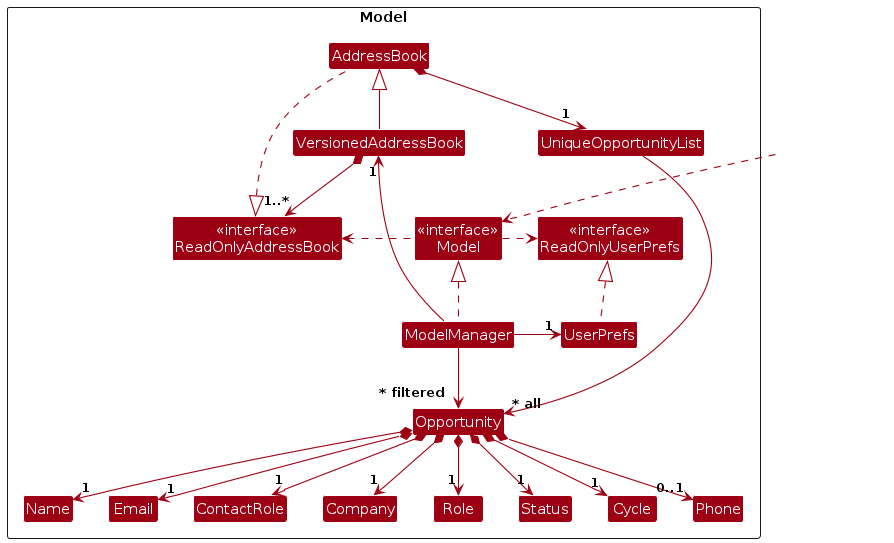
Above: diagrams/ModelClassDiagram.png in AY2526S2-CS2103T-W13-2/tp (PlantUML), before the change. Its source is kept beside it as diagrams/ModelClassDiagram.puml. The source it was exported from:
```plantuml
@startuml
!include style.puml
skinparam arrowThickness 1.1
skinparam arrowColor MODEL_COLOR
skinparam classBackgroundColor MODEL_COLOR

Package Model as ModelPackage <<Rectangle>>{
Class "<<interface>>\nReadOnlyAddressBook" as ReadOnlyAddressBook
Class "<<interface>>\nReadOnlyUserPrefs" as ReadOnlyUserPrefs
Class "<<interface>>\nModel" as Model
Class AddressBook
Class VersionedAddressBook
Class ModelManager
Class UserPrefs

Class UniqueOpportunityList
Class Opportunity
Class Name
Class Email
Class ContactRole
Class Company
Class Role
Class Status
Class Cycle
Class Phone
}

Class HiddenOutside #FFFFFF
HiddenOutside ..> Model

AddressBook .up.|> ReadOnlyAddressBook
VersionedAddressBook -up-|> AddressBook

ModelManager .up.|> Model
Model .right.> ReadOnlyUserPrefs
Model .left.> ReadOnlyAddressBook
ModelManager -left-> "1" VersionedAddressBook
ModelManager -right-> "1" UserPrefs
UserPrefs .up.|> ReadOnlyUserPrefs

AddressBook *--> "1" UniqueOpportunityList
UniqueOpportunityList --> "~* all" Opportunity
Opportunity *--> "1" Name
Opportunity *--> "1" Email
Opportunity *--> "1" ContactRole
Opportunity *--> "1" Company
Opportunity *--> "1" Role
Opportunity *--> "1" Status
Opportunity *--> "1" Cycle
Opportunity *--> "0..1" Phone
VersionedAddressBook *--> "1..*" ReadOnlyAddressBook

Name -[hidden]right-> Email
Email -[hidden]right-> ContactRole
ContactRole -[hidden]right-> Company
Company -[hidden]right-> Role
Role -[hidden]right-> Status
Status -[hidden]right-> Cycle
Cycle -[hidden]right-> Phone

ModelManager --> "~* filtered" Opportunity
@enduml
```
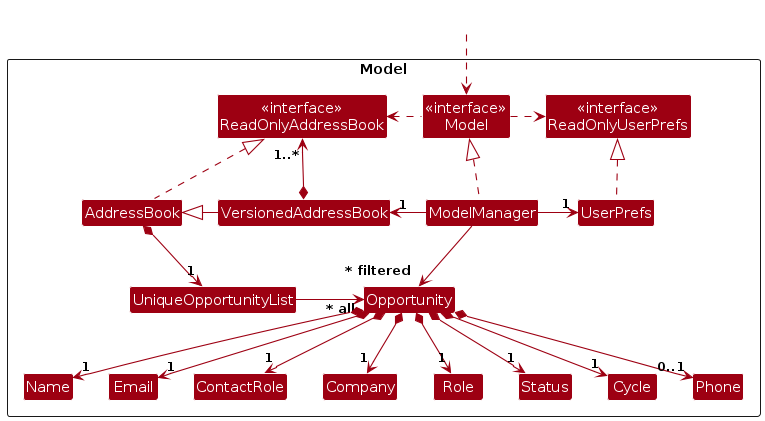
The same file after the commit.

What changed in the source:
```diff
@@ -29,17 +29,23 @@
 HiddenOutside ..> Model
 
 AddressBook .up.|> ReadOnlyAddressBook
-VersionedAddressBook -up-|> AddressBook
+ModelManager .up.|> Model
+UserPrefs .up.|> ReadOnlyUserPrefs
 
-ModelManager .up.|> Model
+Model .left.> ReadOnlyAddressBook
 Model .right.> ReadOnlyUserPrefs
-Model .left.> ReadOnlyAddressBook
+
+VersionedAddressBook -left-|> AddressBook
 ModelManager -left-> "1" VersionedAddressBook
 ModelManager -right-> "1" UserPrefs
-UserPrefs .up.|> ReadOnlyUserPrefs
 
-AddressBook *--> "1" UniqueOpportunityList
-UniqueOpportunityList --> "~* all" Opportunity
+VersionedAddressBook *-up-> "1..*" ReadOnlyAddressBook
+
+AddressBook *-down-> "1" UniqueOpportunityList
+ModelManager -down-> "~* filtered" Opportunity
+
+UniqueOpportunityList -right-> "~* all" Opportunity
+
 Opportunity *--> "1" Name
 Opportunity *--> "1" Email
 Opportunity *--> "1" ContactRole
@@ -48,7 +54,6 @@
 Opportunity *--> "1" Status
 Opportunity *--> "1" Cycle
 Opportunity *--> "0..1" Phone
-VersionedAddressBook *--> "1..*" ReadOnlyAddressBook
 
 Name -[hidden]right-> Email
 Email -[hidden]right-> ContactRole
@@ -58,5 +63,4 @@
 Status -[hidden]right-> Cycle
 Cycle -[hidden]right-> Phone
 
-ModelManager --> "~* filtered" Opportunity
 @enduml
```
